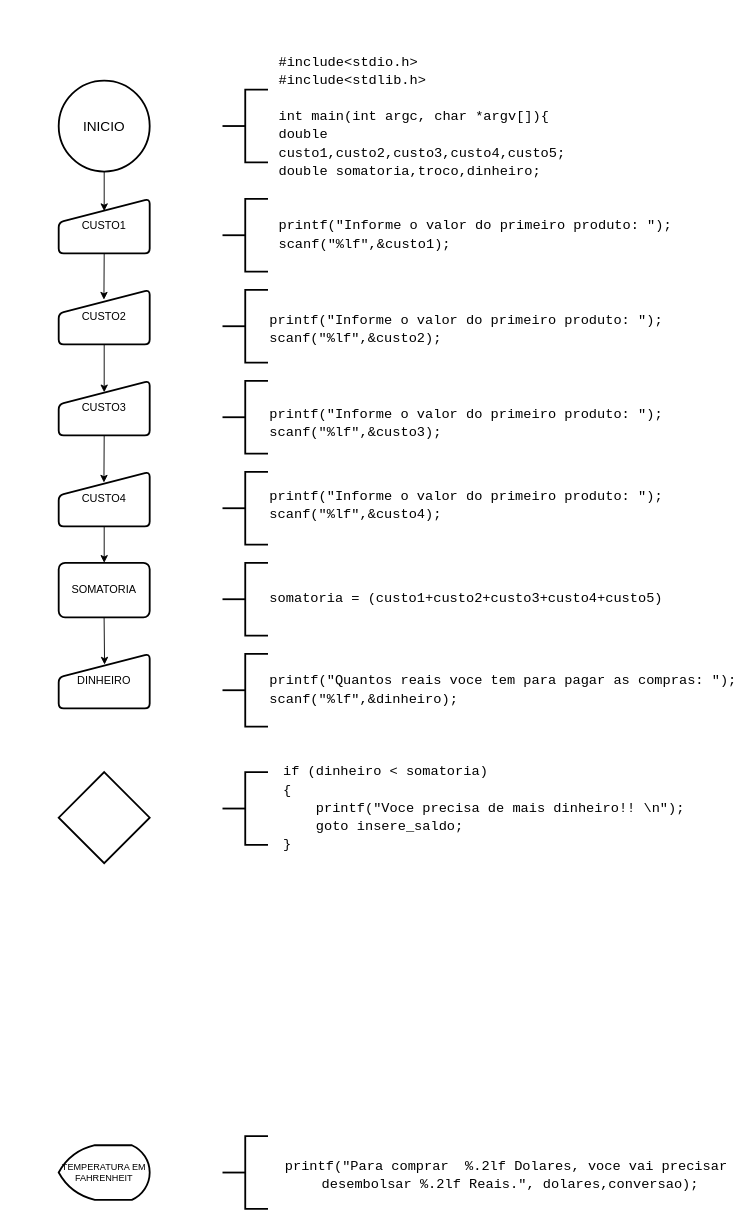
The draw.io diagram Exercicio_07.drawio in rafael-schroer/programacao-aplicada-2021, before the edit. Source tidied: cells renumbered, new cells numbered last; positions are measured from the earlier drawing's top-left corner, leaving out a move shared by most shapes. Both pictures are drawn from the tidied source at 91%, with x=0, y=0 at pixel (58, 62).
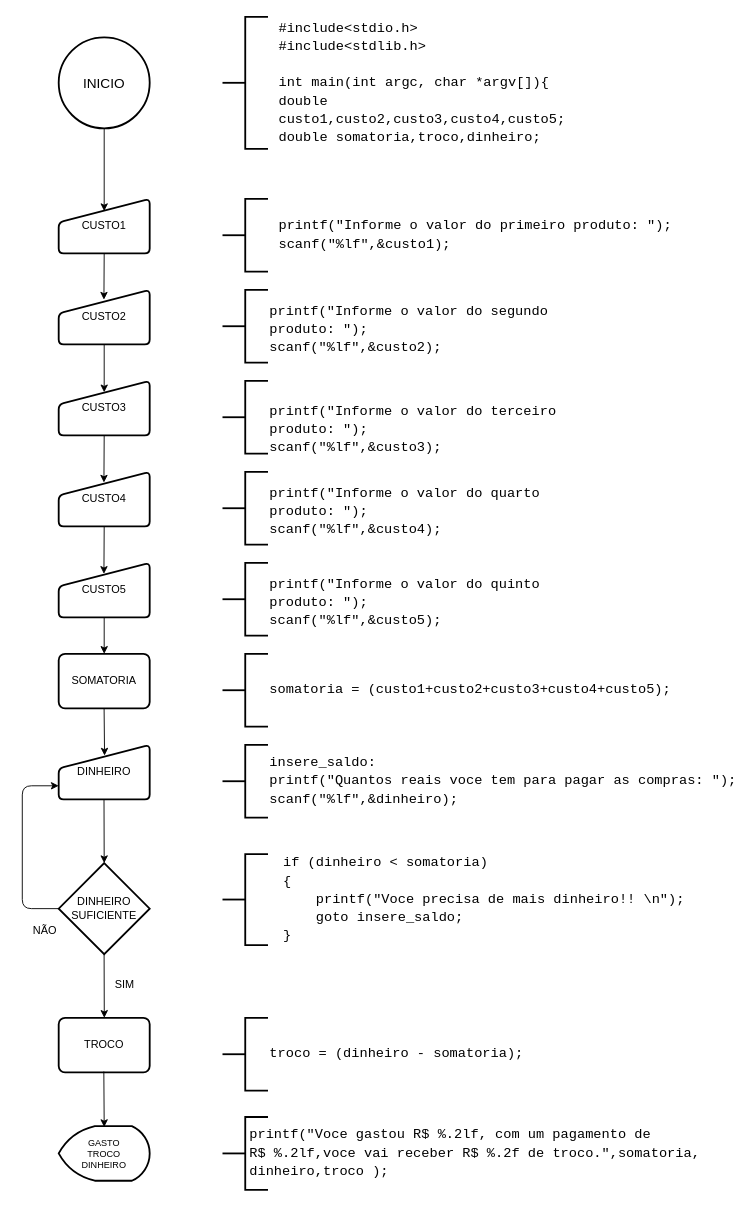
The same page after the edit.

Unchanged cells that the change refers to:
```xml
<mxCell id="23" value="CUSTO4" style="html=1;strokeWidth=2;shape=manualInput;whiteSpace=wrap;rounded=1;size=26;arcSize=11;verticalAlign=middle;align=center;" parent="1" vertex="1">
  <mxGeometry y="450" width="100" height="60" as="geometry" />
</mxCell>
```

Diff of the diagram source:
```diff
@@
     <mxCell id="3" value="&lt;font style=&quot;font-size: 15px&quot;&gt;INICIO&lt;/font&gt;" style="strokeWidth=2;html=1;shape=mxgraph.flowchart.start_2;whiteSpace=wrap;verticalAlign=middle;align=center;" parent="1" vertex="1">
-      <mxGeometry y="20" width="100" height="100" as="geometry" />
+      <mxGeometry y="-27.5" width="100" height="100" as="geometry" />
     </mxCell>
@@
-    <mxCell id="6" value="TEMPERATURA EM FAHRENHEIT" style="strokeWidth=2;html=1;shape=mxgraph.flowchart.display;whiteSpace=wrap;fontSize=10;" parent="1" vertex="1">
-      <mxGeometry y="1190" width="100" height="60" as="geometry" />
+    <mxCell id="6" value="GASTO&lt;br&gt;TROCO&lt;br&gt;DINHEIRO" style="strokeWidth=2;html=1;shape=mxgraph.flowchart.display;whiteSpace=wrap;fontSize=10;" parent="1" vertex="1">
+      <mxGeometry y="1169" width="100" height="60" as="geometry" />
     </mxCell>
@@
     <mxCell id="9" style="strokeWidth=2;html=1;shape=mxgraph.flowchart.annotation_2;align=left;labelPosition=right;" parent="1" vertex="1">
-      <mxGeometry x="180" y="550" width="50" height="80" as="geometry" />
+      <mxGeometry x="180" y="650" width="50" height="80" as="geometry" />
     </mxCell>
-    <mxCell id="10" value="&lt;div style=&quot;font-family: &amp;quot;consolas&amp;quot; , &amp;quot;courier new&amp;quot; , monospace ; font-weight: normal ; font-size: 15px ; line-height: 20px&quot;&gt;&lt;div style=&quot;font-family: &amp;quot;consolas&amp;quot; , &amp;quot;courier new&amp;quot; , monospace ; line-height: 20px&quot;&gt;somatoria = (custo1+custo2+custo3+custo4+custo5)&lt;/div&gt;&lt;/div&gt;" style="text;html=1;rounded=0;align=left;verticalAlign=middle;labelBorderColor=none;whiteSpace=wrap;" parent="1" vertex="1">
-      <mxGeometry x="230" y="570" width="490" height="40" as="geometry" />
+    <mxCell id="10" value="&lt;div style=&quot;font-family: &amp;#34;consolas&amp;#34; , &amp;#34;courier new&amp;#34; , monospace ; font-weight: normal ; font-size: 15px ; line-height: 20px&quot;&gt;&lt;div style=&quot;font-family: &amp;#34;consolas&amp;#34; , &amp;#34;courier new&amp;#34; , monospace ; line-height: 20px&quot;&gt;somatoria = (custo1+custo2+custo3+custo4+custo5);&lt;/div&gt;&lt;/div&gt;" style="text;html=1;rounded=0;align=left;verticalAlign=middle;labelBorderColor=none;whiteSpace=wrap;" parent="1" vertex="1">
+      <mxGeometry x="230" y="670" width="490" height="40" as="geometry" />
     </mxCell>
     <mxCell id="11" value="&lt;div style=&quot;font-family: &amp;quot;consolas&amp;quot; , &amp;quot;courier new&amp;quot; , monospace ; font-weight: normal ; font-size: 15px ; line-height: 20px&quot;&gt;&lt;div style=&quot;font-family: &amp;quot;consolas&amp;quot; , &amp;quot;courier new&amp;quot; , monospace ; line-height: 20px&quot;&gt;&lt;div&gt;&lt;span&gt;#include&lt;/span&gt;&lt;span&gt;&amp;lt;stdio.h&amp;gt;&lt;/span&gt;&lt;/div&gt;&lt;div&gt;&lt;span&gt;#include&lt;/span&gt;&lt;span&gt;&amp;lt;stdlib.h&amp;gt;&lt;/span&gt;&lt;/div&gt;&lt;br&gt;&lt;div&gt;&lt;span&gt;int&lt;/span&gt;&amp;nbsp;&lt;span&gt;main&lt;/span&gt;(&lt;span&gt;int&lt;/span&gt;&amp;nbsp;&lt;span&gt;argc&lt;/span&gt;,&amp;nbsp;&lt;span&gt;char&lt;/span&gt;&amp;nbsp;*&lt;span&gt;argv&lt;/span&gt;&lt;span&gt;[]&lt;/span&gt;){&lt;/div&gt;&lt;div&gt;double custo1,custo2,custo3,custo4,custo5;&lt;/div&gt;&lt;div&gt;double somatoria,troco,dinheiro;&lt;br&gt;&lt;/div&gt;&lt;/div&gt;&lt;/div&gt;" style="text;whiteSpace=wrap;html=1;rounded=0;align=left;verticalAlign=middle;labelBorderColor=none;" parent="1" vertex="1">
-      <mxGeometry x="240" width="300" height="120" as="geometry" />
+      <mxGeometry x="240" y="-37.5" width="380" height="120" as="geometry" />
     </mxCell>
     <mxCell id="12" style="strokeWidth=2;html=1;shape=mxgraph.flowchart.annotation_2;align=left;labelPosition=right;" parent="1" vertex="1">
-      <mxGeometry x="180" y="30" width="50" height="80" as="geometry" />
+      <mxGeometry x="180" y="-50" width="50" height="145" as="geometry" />
     </mxCell>
     <mxCell id="13" value="SOMATORIA" style="rounded=1;whiteSpace=wrap;html=1;absoluteArcSize=1;arcSize=14;strokeWidth=2;align=center;verticalAlign=middle;" parent="1" vertex="1">
-      <mxGeometry y="550" width="100" height="60" as="geometry" />
+      <mxGeometry y="650" width="100" height="60" as="geometry" />
     </mxCell>
     <mxCell id="14" style="endArrow=classic;html=1;exitX=0.5;exitY=1;exitDx=0;exitDy=0;entryX=0.504;entryY=0.197;entryDx=0;entryDy=0;entryPerimeter=0;" parent="1" edge="1" target="29">
       <mxGeometry relative="1" as="geometry">
-        <mxPoint x="49.9" y="610" as="sourcePoint" />
+        <mxPoint x="49.9" y="710" as="sourcePoint" />
       </mxGeometry>
     </mxCell>
     <mxCell id="15" style="strokeWidth=2;html=1;shape=mxgraph.flowchart.annotation_2;align=left;labelPosition=right;" parent="1" vertex="1">
-      <mxGeometry x="180" y="1180" width="50" height="80" as="geometry" />
+      <mxGeometry x="180" y="1159" width="50" height="80" as="geometry" />
     </mxCell>
-    <mxCell id="16" value="&lt;br&gt;&lt;br&gt;&lt;div style=&quot;font-family: &amp;#34;consolas&amp;#34; , &amp;#34;courier new&amp;#34; , monospace ; font-weight: normal ; font-size: 15px ; line-height: 20px&quot;&gt;&lt;div&gt;&lt;span&gt;printf&lt;/span&gt;&lt;span&gt;(&lt;/span&gt;&lt;span&gt;&quot;Para&amp;nbsp;comprar&amp;nbsp;&amp;nbsp;&lt;/span&gt;&lt;span&gt;%.2lf&lt;/span&gt;&lt;span&gt;&amp;nbsp;Dolares,&amp;nbsp;voce&amp;nbsp;vai&amp;nbsp;precisar&amp;nbsp;&lt;/span&gt;&lt;/div&gt;&lt;div&gt;&lt;span&gt;desembolsar&amp;nbsp;&lt;/span&gt;&lt;span&gt;%.2lf&lt;/span&gt;&lt;span&gt;&amp;nbsp;Reais.&quot;&lt;/span&gt;&lt;span&gt;,&amp;nbsp;&lt;/span&gt;&lt;span&gt;dolares&lt;/span&gt;&lt;span&gt;,&lt;/span&gt;&lt;span&gt;conversao&lt;/span&gt;&lt;span&gt;);&lt;/span&gt;&lt;/div&gt;&lt;br&gt;&lt;/div&gt;" style="text;html=1;rounded=0;align=center;verticalAlign=middle;labelBorderColor=none;whiteSpace=wrap;" parent="1" vertex="1">
-      <mxGeometry x="280" y="1200" width="432.5" height="40" as="geometry" />
+    <mxCell id="16" value="&lt;div style=&quot;font-family: &amp;#34;consolas&amp;#34; , &amp;#34;courier new&amp;#34; , monospace ; font-size: 15px ; line-height: 20px&quot;&gt;&lt;div style=&quot;text-align: left&quot;&gt;&lt;span&gt;printf&lt;/span&gt;(&lt;span&gt;&quot;Voce&amp;nbsp;gastou&amp;nbsp;R$&amp;nbsp;&lt;/span&gt;&lt;span&gt;%.2lf&lt;/span&gt;&lt;span&gt;,&amp;nbsp;com&amp;nbsp;um&amp;nbsp;pagamento&amp;nbsp;de&amp;nbsp;&lt;/span&gt;&lt;/div&gt;&lt;div style=&quot;text-align: left&quot;&gt;&lt;span style=&quot;text-align: center&quot;&gt;R$&amp;nbsp;&lt;/span&gt;&lt;span style=&quot;text-align: center&quot;&gt;%.2lf&lt;/span&gt;&lt;span style=&quot;text-align: center&quot;&gt;,&lt;/span&gt;&lt;span style=&quot;text-align: center&quot;&gt;voce&amp;nbsp;vai&amp;nbsp;receber&amp;nbsp;R$&amp;nbsp;&lt;/span&gt;&lt;span style=&quot;text-align: center&quot;&gt;%.2f&lt;/span&gt;&lt;span style=&quot;text-align: center&quot;&gt;&amp;nbsp;de&amp;nbsp;troco.&quot;&lt;/span&gt;&lt;span style=&quot;text-align: center&quot;&gt;,&lt;/span&gt;&lt;span style=&quot;text-align: center&quot;&gt;somatoria&lt;/span&gt;&lt;span style=&quot;text-align: center&quot;&gt;,&lt;/span&gt;&lt;/div&gt;&lt;div style=&quot;text-align: left&quot;&gt;&lt;span style=&quot;text-align: center&quot;&gt;dinheiro&lt;/span&gt;&lt;span style=&quot;text-align: center&quot;&gt;,&lt;/span&gt;&lt;span style=&quot;text-align: center&quot;&gt;troco&lt;/span&gt;&lt;span style=&quot;text-align: center&quot;&gt;&amp;nbsp;);&lt;/span&gt;&lt;/div&gt;&lt;br&gt;&lt;/div&gt;" style="text;html=1;rounded=0;align=center;verticalAlign=middle;labelBorderColor=none;whiteSpace=wrap;" parent="1" vertex="1">
+      <mxGeometry x="190" y="1189" width="535" height="40" as="geometry" />
     </mxCell>
@@
-    <mxCell id="24" style="endArrow=classic;html=1;exitX=0.5;exitY=1;exitDx=0;exitDy=0;entryX=0.5;entryY=0;entryDx=0;entryDy=0;" parent="1" edge="1" source="23" target="13">
+    <mxCell id="24" style="endArrow=classic;html=1;exitX=0.5;exitY=1;exitDx=0;exitDy=0;entryX=0.497;entryY=0.202;entryDx=0;entryDy=0;entryPerimeter=0;" parent="1" edge="1" source="23" target="44">
       <mxGeometry relative="1" as="geometry" />
     </mxCell>
@@
-    <mxCell id="26" value="&lt;br&gt;&lt;br&gt;&lt;div style=&quot;font-family: &amp;quot;consolas&amp;quot; , &amp;quot;courier new&amp;quot; , monospace ; font-weight: normal ; font-size: 15px ; line-height: 20px&quot;&gt;&lt;div&gt;&lt;span&gt;printf&lt;/span&gt;&lt;span&gt;(&lt;/span&gt;&lt;span&gt;&quot;Informe&amp;nbsp;o&amp;nbsp;valor&amp;nbsp;do&amp;nbsp;primeiro&amp;nbsp;produto:&amp;nbsp;&quot;&lt;/span&gt;&lt;span&gt;);&lt;/span&gt;&lt;/div&gt;&lt;div&gt;&lt;span&gt;scanf&lt;/span&gt;&lt;span&gt;(&lt;/span&gt;&lt;span&gt;&quot;&lt;/span&gt;&lt;span&gt;%lf&lt;/span&gt;&lt;span&gt;&quot;&lt;/span&gt;&lt;span&gt;,&amp;amp;&lt;/span&gt;&lt;span&gt;custo2&lt;/span&gt;&lt;span&gt;);&lt;/span&gt;&lt;/div&gt;&lt;/div&gt;" style="text;html=1;strokeColor=none;fillColor=none;align=left;verticalAlign=middle;whiteSpace=wrap;rounded=0;labelBorderColor=none;" parent="1" vertex="1">
+    <mxCell id="26" value="&lt;br&gt;&lt;br&gt;&lt;div style=&quot;font-family: &amp;#34;consolas&amp;#34; , &amp;#34;courier new&amp;#34; , monospace ; font-weight: normal ; font-size: 15px ; line-height: 20px&quot;&gt;&lt;div&gt;&lt;span&gt;printf&lt;/span&gt;&lt;span&gt;(&lt;/span&gt;&lt;span&gt;&quot;Informe&amp;nbsp;o&amp;nbsp;valor&amp;nbsp;do segundo produto:&amp;nbsp;&quot;&lt;/span&gt;&lt;span&gt;);&lt;/span&gt;&lt;/div&gt;&lt;div&gt;&lt;span&gt;scanf&lt;/span&gt;&lt;span&gt;(&lt;/span&gt;&lt;span&gt;&quot;&lt;/span&gt;&lt;span&gt;%lf&lt;/span&gt;&lt;span&gt;&quot;&lt;/span&gt;&lt;span&gt;,&amp;amp;&lt;/span&gt;&lt;span&gt;custo2&lt;/span&gt;&lt;span&gt;);&lt;/span&gt;&lt;/div&gt;&lt;/div&gt;" style="text;html=1;strokeColor=none;fillColor=none;align=left;verticalAlign=middle;whiteSpace=wrap;rounded=0;labelBorderColor=none;" parent="1" vertex="1">
       <mxGeometry x="230" y="260" width="400" height="40" as="geometry" />
     </mxCell>
-    <mxCell id="27" value="&lt;br&gt;&lt;br&gt;&lt;div style=&quot;font-family: &amp;quot;consolas&amp;quot; , &amp;quot;courier new&amp;quot; , monospace ; font-weight: normal ; font-size: 15px ; line-height: 20px&quot;&gt;&lt;div&gt;&lt;span&gt;printf&lt;/span&gt;&lt;span&gt;(&lt;/span&gt;&lt;span&gt;&quot;Informe&amp;nbsp;o&amp;nbsp;valor&amp;nbsp;do&amp;nbsp;primeiro&amp;nbsp;produto:&amp;nbsp;&quot;&lt;/span&gt;&lt;span&gt;);&lt;/span&gt;&lt;/div&gt;&lt;div&gt;&lt;span&gt;scanf&lt;/span&gt;&lt;span&gt;(&lt;/span&gt;&lt;span&gt;&quot;&lt;/span&gt;&lt;span&gt;%lf&lt;/span&gt;&lt;span&gt;&quot;&lt;/span&gt;&lt;span&gt;,&amp;amp;&lt;/span&gt;&lt;span&gt;custo3&lt;/span&gt;&lt;span&gt;);&lt;/span&gt;&lt;/div&gt;&lt;/div&gt;&lt;br&gt;" style="text;html=1;strokeColor=none;fillColor=none;align=left;verticalAlign=middle;whiteSpace=wrap;rounded=0;labelBorderColor=none;" parent="1" vertex="1">
+    <mxCell id="27" value="&lt;br&gt;&lt;br&gt;&lt;div style=&quot;font-family: &amp;#34;consolas&amp;#34; , &amp;#34;courier new&amp;#34; , monospace ; font-weight: normal ; font-size: 15px ; line-height: 20px&quot;&gt;&lt;div&gt;&lt;span&gt;printf&lt;/span&gt;&lt;span&gt;(&lt;/span&gt;&lt;span&gt;&quot;Informe&amp;nbsp;o&amp;nbsp;valor&amp;nbsp;do&amp;nbsp;terceiro produto:&amp;nbsp;&quot;&lt;/span&gt;&lt;span&gt;);&lt;/span&gt;&lt;/div&gt;&lt;div&gt;&lt;span&gt;scanf&lt;/span&gt;&lt;span&gt;(&lt;/span&gt;&lt;span&gt;&quot;&lt;/span&gt;&lt;span&gt;%lf&lt;/span&gt;&lt;span&gt;&quot;&lt;/span&gt;&lt;span&gt;,&amp;amp;&lt;/span&gt;&lt;span&gt;custo3&lt;/span&gt;&lt;span&gt;);&lt;/span&gt;&lt;/div&gt;&lt;/div&gt;" style="text;html=1;strokeColor=none;fillColor=none;align=left;verticalAlign=middle;whiteSpace=wrap;rounded=0;labelBorderColor=none;" parent="1" vertex="1">
       <mxGeometry x="230" y="370" width="400" height="40" as="geometry" />
     </mxCell>
-    <mxCell id="28" value="&lt;br&gt;&lt;br&gt;&lt;div style=&quot;font-family: &amp;quot;consolas&amp;quot; , &amp;quot;courier new&amp;quot; , monospace ; font-weight: normal ; font-size: 15px ; line-height: 20px&quot;&gt;&lt;div&gt;&lt;span&gt;printf&lt;/span&gt;&lt;span&gt;(&lt;/span&gt;&lt;span&gt;&quot;Informe&amp;nbsp;o&amp;nbsp;valor&amp;nbsp;do&amp;nbsp;primeiro&amp;nbsp;produto:&amp;nbsp;&quot;&lt;/span&gt;&lt;span&gt;);&lt;/span&gt;&lt;/div&gt;&lt;div&gt;&lt;span&gt;scanf&lt;/span&gt;&lt;span&gt;(&lt;/span&gt;&lt;span&gt;&quot;&lt;/span&gt;&lt;span&gt;%lf&lt;/span&gt;&lt;span&gt;&quot;&lt;/span&gt;&lt;span&gt;,&amp;amp;&lt;/span&gt;&lt;span&gt;custo4&lt;/span&gt;&lt;span&gt;);&lt;/span&gt;&lt;/div&gt;&lt;/div&gt;&lt;br&gt;" style="text;html=1;strokeColor=none;fillColor=none;align=left;verticalAlign=middle;whiteSpace=wrap;rounded=0;labelBorderColor=none;" parent="1" vertex="1">
+    <mxCell id="28" value="&lt;br&gt;&lt;br&gt;&lt;div style=&quot;font-family: &amp;#34;consolas&amp;#34; , &amp;#34;courier new&amp;#34; , monospace ; font-weight: normal ; font-size: 15px ; line-height: 20px&quot;&gt;&lt;div&gt;&lt;span&gt;printf&lt;/span&gt;&lt;span&gt;(&lt;/span&gt;&lt;span&gt;&quot;Informe&amp;nbsp;o&amp;nbsp;valor&amp;nbsp;do&amp;nbsp;quarto produto:&amp;nbsp;&quot;&lt;/span&gt;&lt;span&gt;);&lt;/span&gt;&lt;/div&gt;&lt;div&gt;&lt;span&gt;scanf&lt;/span&gt;&lt;span&gt;(&lt;/span&gt;&lt;span&gt;&quot;&lt;/span&gt;&lt;span&gt;%lf&lt;/span&gt;&lt;span&gt;&quot;&lt;/span&gt;&lt;span&gt;,&amp;amp;&lt;/span&gt;&lt;span&gt;custo4&lt;/span&gt;&lt;span&gt;);&lt;/span&gt;&lt;/div&gt;&lt;/div&gt;" style="text;html=1;strokeColor=none;fillColor=none;align=left;verticalAlign=middle;whiteSpace=wrap;rounded=0;labelBorderColor=none;" parent="1" vertex="1">
       <mxGeometry x="230" y="460" width="400" height="40" as="geometry" />
     </mxCell>
     <mxCell id="29" value="DINHEIRO" style="html=1;strokeWidth=2;shape=manualInput;whiteSpace=wrap;rounded=1;size=26;arcSize=11;verticalAlign=middle;align=center;" parent="1" vertex="1">
-      <mxGeometry y="650" width="100" height="60" as="geometry" />
+      <mxGeometry y="750" width="100" height="60" as="geometry" />
     </mxCell>
-    <mxCell id="30" value="&#10;&#10;&lt;div style=&quot;font-family: consolas, &amp;quot;courier new&amp;quot;, monospace; font-weight: normal; font-size: 15px; line-height: 20px;&quot;&gt;&lt;div&gt;&lt;span style=&quot;&quot;&gt;printf&lt;/span&gt;&lt;span style=&quot;&quot;&gt;(&lt;/span&gt;&lt;span style=&quot;&quot;&gt;&quot;Quantos&amp;nbsp;reais&amp;nbsp;voce&amp;nbsp;tem&amp;nbsp;para&amp;nbsp;pagar&amp;nbsp;as&amp;nbsp;compras:&amp;nbsp;&quot;&lt;/span&gt;&lt;span style=&quot;&quot;&gt;);&lt;/span&gt;&lt;/div&gt;&lt;div&gt;&lt;span style=&quot;&quot;&gt;scanf&lt;/span&gt;&lt;span style=&quot;&quot;&gt;(&lt;/span&gt;&lt;span style=&quot;&quot;&gt;&quot;&lt;/span&gt;&lt;span style=&quot;&quot;&gt;%lf&lt;/span&gt;&lt;span style=&quot;&quot;&gt;&quot;&lt;/span&gt;&lt;span style=&quot;&quot;&gt;,&amp;amp;&lt;/span&gt;&lt;span style=&quot;&quot;&gt;dinheiro&lt;/span&gt;&lt;span style=&quot;&quot;&gt;);&lt;/span&gt;&lt;/div&gt;&lt;/div&gt;&#10;&#10;" style="text;html=1;strokeColor=none;fillColor=none;align=left;verticalAlign=middle;whiteSpace=wrap;rounded=0;labelBorderColor=none;" parent="1" vertex="1">
-      <mxGeometry x="230" y="670" width="400" height="40" as="geometry" />
+    <mxCell id="30" value="&lt;br&gt;&lt;div style=&quot;font-family: &amp;#34;consolas&amp;#34; , &amp;#34;courier new&amp;#34; , monospace ; font-weight: normal ; font-size: 15px ; line-height: 20px&quot;&gt;&lt;div&gt;&lt;span&gt;insere_saldo:&lt;/span&gt;&lt;/div&gt;&lt;div&gt;&lt;span&gt;printf&lt;/span&gt;&lt;span&gt;(&lt;/span&gt;&lt;span&gt;&quot;Quantos&amp;nbsp;reais&amp;nbsp;voce&amp;nbsp;tem&amp;nbsp;para&amp;nbsp;pagar&amp;nbsp;as&amp;nbsp;compras:&amp;nbsp;&quot;&lt;/span&gt;&lt;span&gt;);&lt;/span&gt;&lt;/div&gt;&lt;div&gt;&lt;span&gt;scanf&lt;/span&gt;&lt;span&gt;(&lt;/span&gt;&lt;span&gt;&quot;&lt;/span&gt;&lt;span&gt;%lf&lt;/span&gt;&lt;span&gt;&quot;&lt;/span&gt;&lt;span&gt;,&amp;amp;&lt;/span&gt;&lt;span&gt;dinheiro&lt;/span&gt;&lt;span&gt;);&lt;/span&gt;&lt;/div&gt;&lt;/div&gt;&lt;br&gt;" style="text;html=1;strokeColor=none;fillColor=none;align=left;verticalAlign=middle;whiteSpace=wrap;rounded=0;labelBorderColor=none;" parent="1" vertex="1">
+      <mxGeometry x="230" y="765" width="400" height="50" as="geometry" />
     </mxCell>
     <mxCell id="31" style="strokeWidth=2;html=1;shape=mxgraph.flowchart.annotation_2;align=left;labelPosition=right;" parent="1" vertex="1">
-      <mxGeometry x="180" y="650" width="50" height="80" as="geometry" />
+      <mxGeometry x="180" y="750" width="50" height="80" as="geometry" />
     </mxCell>
-    <mxCell id="32" style="strokeWidth=2;html=1;shape=mxgraph.flowchart.decision;whiteSpace=wrap;fontColor=#000000;" parent="1" vertex="1">
-      <mxGeometry y="780" width="100" height="100" as="geometry" />
+    <mxCell id="32" value="DINHEIRO SUFICIENTE" style="strokeWidth=2;html=1;shape=mxgraph.flowchart.decision;whiteSpace=wrap;fontColor=#000000;" parent="1" vertex="1">
+      <mxGeometry y="880" width="100" height="100" as="geometry" />
     </mxCell>
     <mxCell id="33" value="&lt;div style=&quot;font-family: consolas, &amp;quot;courier new&amp;quot;, monospace; font-size: 15px; line-height: 20px;&quot;&gt;&lt;div&gt;&lt;span style=&quot;&quot;&gt;if&lt;/span&gt;&amp;nbsp;(&lt;span style=&quot;&quot;&gt;dinheiro&lt;/span&gt;&amp;nbsp;&amp;lt;&amp;nbsp;&lt;span style=&quot;&quot;&gt;somatoria&lt;/span&gt;)&lt;/div&gt;&lt;div&gt;{&lt;/div&gt;&lt;div&gt;&amp;nbsp;&amp;nbsp;&amp;nbsp;&amp;nbsp;&lt;span style=&quot;&quot;&gt;printf&lt;/span&gt;(&lt;span style=&quot;&quot;&gt;&quot;Voce&amp;nbsp;precisa&amp;nbsp;de&amp;nbsp;mais&amp;nbsp;dinheiro!!&amp;nbsp;&lt;/span&gt;&lt;span style=&quot;&quot;&gt;\n&lt;/span&gt;&lt;span style=&quot;&quot;&gt;&quot;&lt;/span&gt;);&lt;/div&gt;&lt;div&gt;&amp;nbsp;&amp;nbsp;&amp;nbsp;&amp;nbsp;&lt;span style=&quot;&quot;&gt;goto&lt;/span&gt;&amp;nbsp;&lt;span style=&quot;&quot;&gt;insere_saldo&lt;/span&gt;;&lt;/div&gt;&lt;div&gt;}&lt;/div&gt;&lt;/div&gt;" style="text;html=1;strokeColor=none;fillColor=none;align=left;verticalAlign=middle;whiteSpace=wrap;rounded=0;labelBorderColor=none;" parent="1" vertex="1">
-      <mxGeometry x="245" y="800" width="460" height="40" as="geometry" />
+      <mxGeometry x="245" y="900" width="460" height="40" as="geometry" />
     </mxCell>
     <mxCell id="34" style="strokeWidth=2;html=1;shape=mxgraph.flowchart.annotation_2;align=left;labelPosition=right;" parent="1" vertex="1">
-      <mxGeometry x="180" y="780" width="50" height="80" as="geometry" />
+      <mxGeometry x="180" y="870" width="50" height="100" as="geometry" />
     </mxCell>
+    <mxCell id="35" style="strokeWidth=2;html=1;shape=mxgraph.flowchart.annotation_2;align=left;labelPosition=right;" parent="1" vertex="1">
+      <mxGeometry x="180" y="1050" width="50" height="80" as="geometry" />
+    </mxCell>
+    <mxCell id="36" value="&lt;div style=&quot;font-family: &amp;#34;consolas&amp;#34; , &amp;#34;courier new&amp;#34; , monospace ; font-weight: normal ; font-size: 15px ; line-height: 20px&quot;&gt;&lt;div style=&quot;font-family: &amp;#34;consolas&amp;#34; , &amp;#34;courier new&amp;#34; , monospace ; line-height: 20px&quot;&gt;troco = (dinheiro - somatoria);&lt;/div&gt;&lt;/div&gt;" style="text;html=1;rounded=0;align=left;verticalAlign=middle;labelBorderColor=none;whiteSpace=wrap;" parent="1" vertex="1">
+      <mxGeometry x="230" y="1070" width="490" height="40" as="geometry" />
+    </mxCell>
+    <mxCell id="37" value="TROCO" style="rounded=1;whiteSpace=wrap;html=1;absoluteArcSize=1;arcSize=14;strokeWidth=2;align=center;verticalAlign=middle;" parent="1" vertex="1">
+      <mxGeometry y="1050" width="100" height="60" as="geometry" />
+    </mxCell>
+    <mxCell id="38" style="endArrow=classic;html=1;exitX=0.5;exitY=1;exitDx=0;exitDy=0;entryX=0.5;entryY=0;entryDx=0;entryDy=0;entryPerimeter=0;" parent="1" edge="1" target="32">
+      <mxGeometry relative="1" as="geometry">
+        <mxPoint x="49.8" y="810" as="sourcePoint" />
+      </mxGeometry>
+    </mxCell>
+    <mxCell id="39" style="endArrow=classic;html=1;exitX=0.5;exitY=1;exitDx=0;exitDy=0;entryX=0.5;entryY=0;entryDx=0;entryDy=0;entryPerimeter=0;" parent="1" edge="1">
+      <mxGeometry relative="1" as="geometry">
+        <mxPoint x="49.9" y="980" as="sourcePoint" />
+        <mxPoint x="50.1" y="1050" as="targetPoint" />
+      </mxGeometry>
+    </mxCell>
+    <mxCell id="40" style="endArrow=classic;html=1;exitX=0.5;exitY=1;exitDx=0;exitDy=0;" parent="1" edge="1">
+      <mxGeometry relative="1" as="geometry">
+        <mxPoint x="49.6" y="1109" as="sourcePoint" />
+        <mxPoint x="50" y="1170" as="targetPoint" />
+      </mxGeometry>
+    </mxCell>
+    <mxCell id="41" style="endArrow=classic;html=1;exitX=0;exitY=0.5;exitDx=0;exitDy=0;entryX=0;entryY=0.75;entryDx=0;entryDy=0;exitPerimeter=0;" parent="1" edge="1" source="32" target="29">
+      <mxGeometry relative="1" as="geometry">
+        <Array as="points">
+          <mxPoint x="-40" y="930" />
+          <mxPoint x="-40" y="795" />
+        </Array>
+      </mxGeometry>
+    </mxCell>
+    <mxCell id="42" value="&lt;div style=&quot;text-align: center&quot;&gt;&lt;span&gt;&lt;font face=&quot;helvetica&quot;&gt;NÃO&lt;/font&gt;&lt;/span&gt;&lt;/div&gt;" style="text;whiteSpace=wrap;html=1;fontColor=#000000;" parent="1" vertex="1">
+      <mxGeometry x="-30" y="940" width="30" height="30" as="geometry" />
+    </mxCell>
+    <mxCell id="43" value="&lt;div style=&quot;text-align: center&quot;&gt;&lt;span&gt;&lt;font face=&quot;helvetica&quot;&gt;SIM&lt;/font&gt;&lt;/span&gt;&lt;/div&gt;" style="text;whiteSpace=wrap;html=1;fontColor=#000000;" parent="1" vertex="1">
+      <mxGeometry x="60" y="1000" width="30" height="30" as="geometry" />
+    </mxCell>
+    <mxCell id="44" value="CUSTO5" style="html=1;strokeWidth=2;shape=manualInput;whiteSpace=wrap;rounded=1;size=26;arcSize=11;verticalAlign=middle;align=center;" parent="1" vertex="1">
+      <mxGeometry y="550" width="100" height="60" as="geometry" />
+    </mxCell>
+    <mxCell id="45" style="endArrow=classic;html=1;exitX=0.5;exitY=1;exitDx=0;exitDy=0;entryX=0.5;entryY=0;entryDx=0;entryDy=0;" parent="1" edge="1" source="44" target="13">
+      <mxGeometry relative="1" as="geometry" />
+    </mxCell>
+    <mxCell id="46" style="strokeWidth=2;html=1;shape=mxgraph.flowchart.annotation_2;align=left;labelPosition=right;" parent="1" vertex="1">
+      <mxGeometry x="180" y="550" width="50" height="80" as="geometry" />
+    </mxCell>
+    <mxCell id="47" value="&lt;br&gt;&lt;br&gt;&lt;div style=&quot;font-family: &amp;#34;consolas&amp;#34; , &amp;#34;courier new&amp;#34; , monospace ; font-weight: normal ; font-size: 15px ; line-height: 20px&quot;&gt;&lt;div&gt;&lt;span&gt;printf&lt;/span&gt;&lt;span&gt;(&lt;/span&gt;&lt;span&gt;&quot;Informe&amp;nbsp;o&amp;nbsp;valor&amp;nbsp;do&amp;nbsp;quinto produto:&amp;nbsp;&quot;&lt;/span&gt;&lt;span&gt;);&lt;/span&gt;&lt;/div&gt;&lt;div&gt;&lt;span&gt;scanf&lt;/span&gt;&lt;span&gt;(&lt;/span&gt;&lt;span&gt;&quot;&lt;/span&gt;&lt;span&gt;%lf&lt;/span&gt;&lt;span&gt;&quot;&lt;/span&gt;&lt;span&gt;,&amp;amp;&lt;/span&gt;&lt;span&gt;custo5&lt;/span&gt;&lt;span&gt;);&lt;/span&gt;&lt;/div&gt;&lt;/div&gt;" style="text;html=1;strokeColor=none;fillColor=none;align=left;verticalAlign=middle;whiteSpace=wrap;rounded=0;labelBorderColor=none;" parent="1" vertex="1">
+      <mxGeometry x="230" y="560" width="400" height="40" as="geometry" />
+    </mxCell>
```
